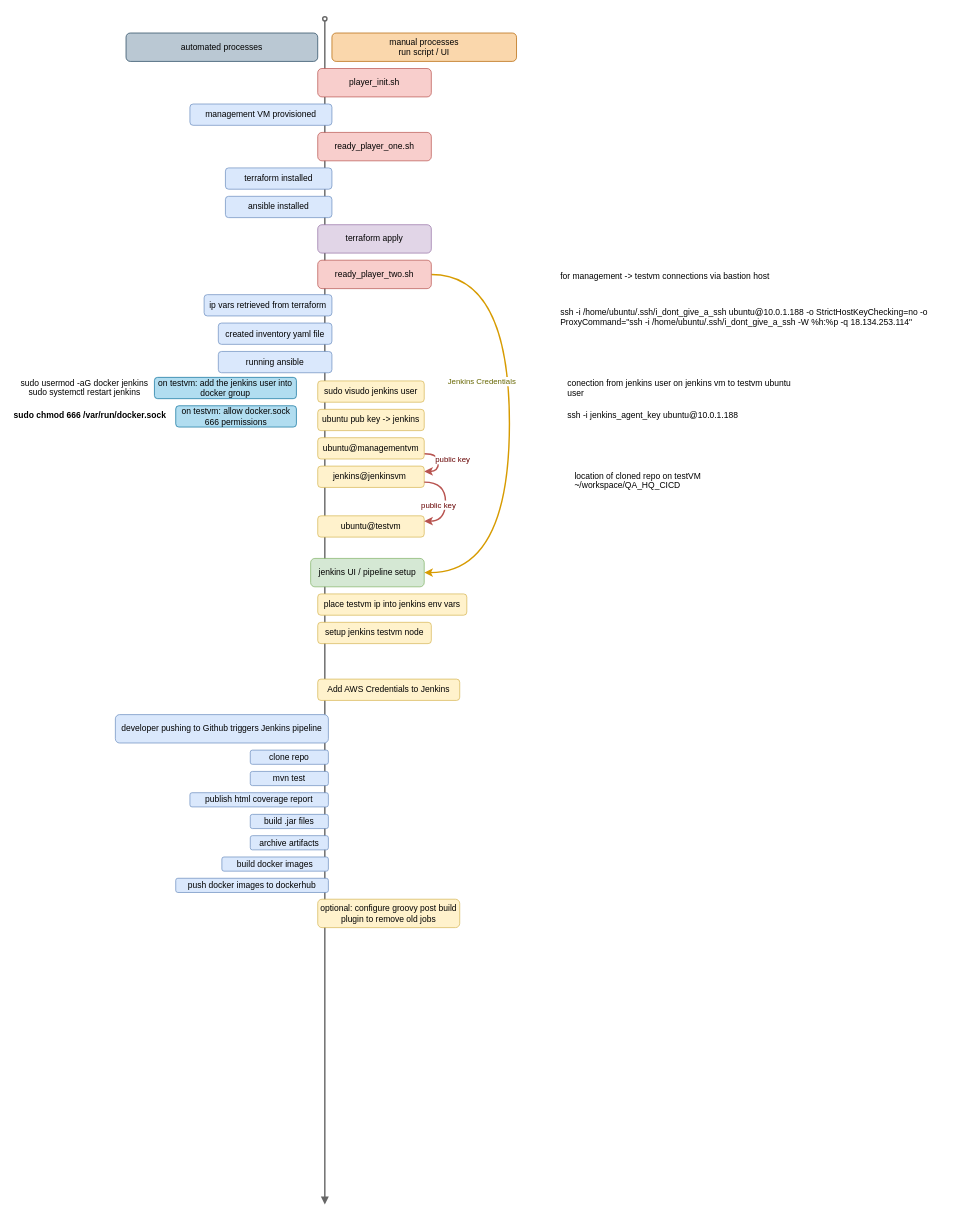
This is other_files/manual_process_checkpoints.drawio from Jenkins-Spice-Latte/QA-Help-Queue-App, a draw.io file, before an edit. Source tidied: cells renumbered, new cells numbered last; positions are measured from the earlier drawing's top-left corner, leaving out a move shared by most shapes. Both pictures are drawn from the tidied source at 71%, with x=0, y=0 at pixel (12, 18).
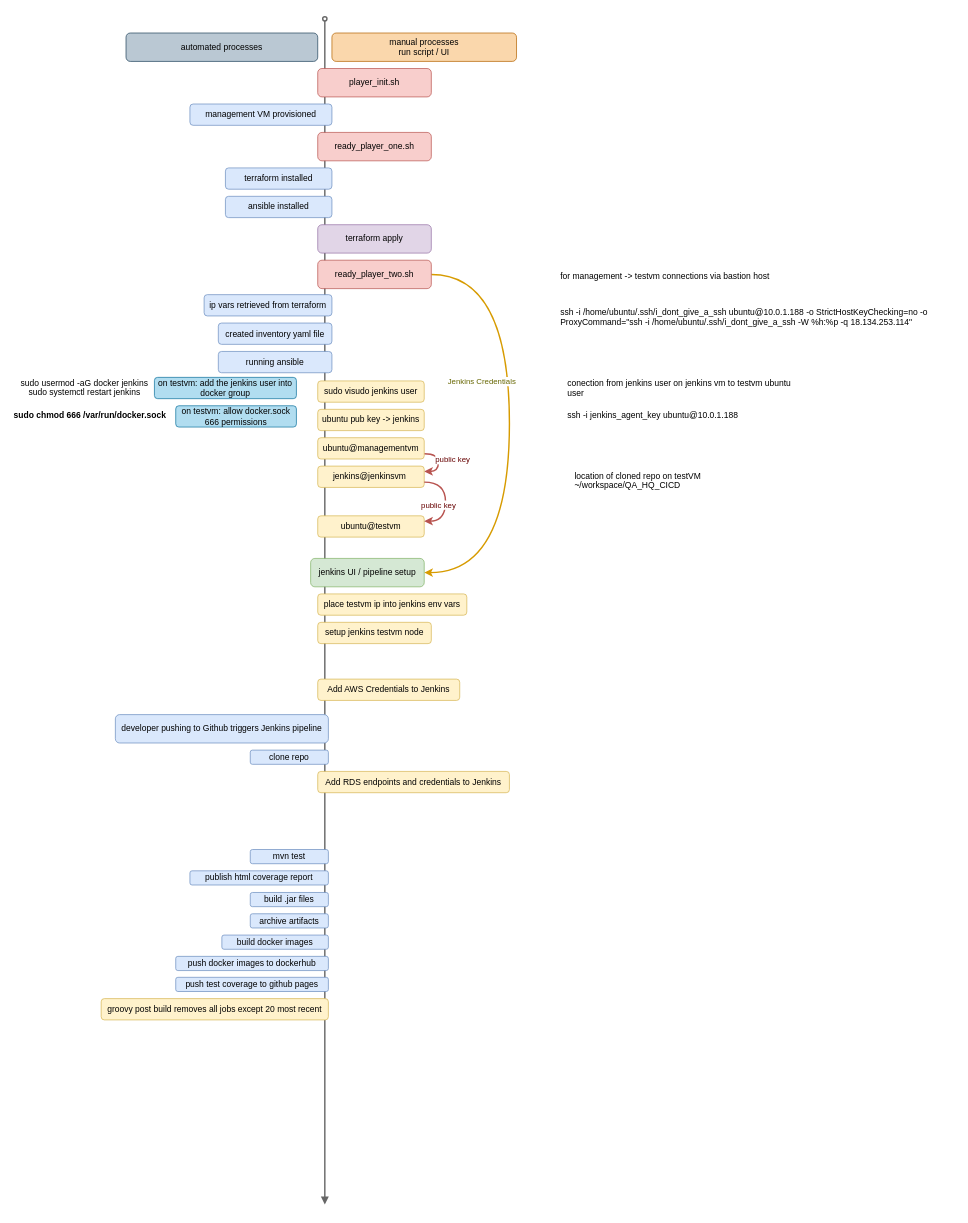
The same page after the edit.

Diff of the diagram source:
```diff
@@
     <mxCell id="35" value="mvn test" style="rounded=1;whiteSpace=wrap;html=1;fillColor=#dae8fc;strokeColor=#6c8ebf;" parent="1" vertex="1">
-      <mxGeometry x="335" y="1060" width="110" height="20" as="geometry" />
+      <mxGeometry x="335" y="1170" width="110" height="20" as="geometry" />
     </mxCell>
     <mxCell id="36" value="build .jar files" style="rounded=1;whiteSpace=wrap;html=1;fillColor=#dae8fc;strokeColor=#6c8ebf;" parent="1" vertex="1">
-      <mxGeometry x="335" y="1120.5" width="110" height="20" as="geometry" />
+      <mxGeometry x="335" y="1230.5" width="110" height="20" as="geometry" />
     </mxCell>
     <mxCell id="37" value="archive artifacts" style="rounded=1;whiteSpace=wrap;html=1;fillColor=#dae8fc;strokeColor=#6c8ebf;" parent="1" vertex="1">
-      <mxGeometry x="335" y="1150.5" width="110" height="20" as="geometry" />
+      <mxGeometry x="335" y="1260.5" width="110" height="20" as="geometry" />
     </mxCell>
@@
     <mxCell id="39" value="build docker images" style="rounded=1;whiteSpace=wrap;html=1;fillColor=#dae8fc;strokeColor=#6c8ebf;" parent="1" vertex="1">
-      <mxGeometry x="295" y="1180.5" width="150" height="20" as="geometry" />
+      <mxGeometry x="295" y="1290.5" width="150" height="20" as="geometry" />
     </mxCell>
     <mxCell id="40" value="push docker images to dockerhub" style="rounded=1;whiteSpace=wrap;html=1;fillColor=#dae8fc;strokeColor=#6c8ebf;" parent="1" vertex="1">
-      <mxGeometry x="230" y="1210.5" width="215" height="20" as="geometry" />
+      <mxGeometry x="230" y="1320.5" width="215" height="20" as="geometry" />
     </mxCell>
@@
-    <mxCell id="42" value="optional: configure groovy post build plugin to remove old jobs" style="rounded=1;whiteSpace=wrap;html=1;fillColor=#fff2cc;strokeColor=#d6b656;" parent="1" vertex="1">
-      <mxGeometry x="430" y="1240" width="200" height="40" as="geometry" />
+    <mxCell id="42" value="groovy post build removes all jobs except 20 most recent" style="rounded=1;whiteSpace=wrap;html=1;fillColor=#fff2cc;strokeColor=#d6b656;" parent="1" vertex="1">
+      <mxGeometry x="125" y="1380" width="320" height="30" as="geometry" />
     </mxCell>
     <mxCell id="43" value="publish html coverage report" style="rounded=1;whiteSpace=wrap;html=1;fillColor=#dae8fc;strokeColor=#6c8ebf;" parent="1" vertex="1">
-      <mxGeometry x="250" y="1090" width="195" height="20" as="geometry" />
+      <mxGeometry x="250" y="1200" width="195" height="20" as="geometry" />
     </mxCell>
@@
+    <mxCell id="46" value="Add RDS endpoints and credentials to Jenkins" style="rounded=1;whiteSpace=wrap;html=1;fillColor=#fff2cc;strokeColor=#d6b656;" parent="1" vertex="1">
+      <mxGeometry x="430" y="1060" width="270" height="30" as="geometry" />
+    </mxCell>
+    <mxCell id="47" value="push test coverage to github pages" style="rounded=1;whiteSpace=wrap;html=1;fillColor=#dae8fc;strokeColor=#6c8ebf;" parent="1" vertex="1">
+      <mxGeometry x="230" y="1350" width="215" height="20" as="geometry" />
+    </mxCell>
```
